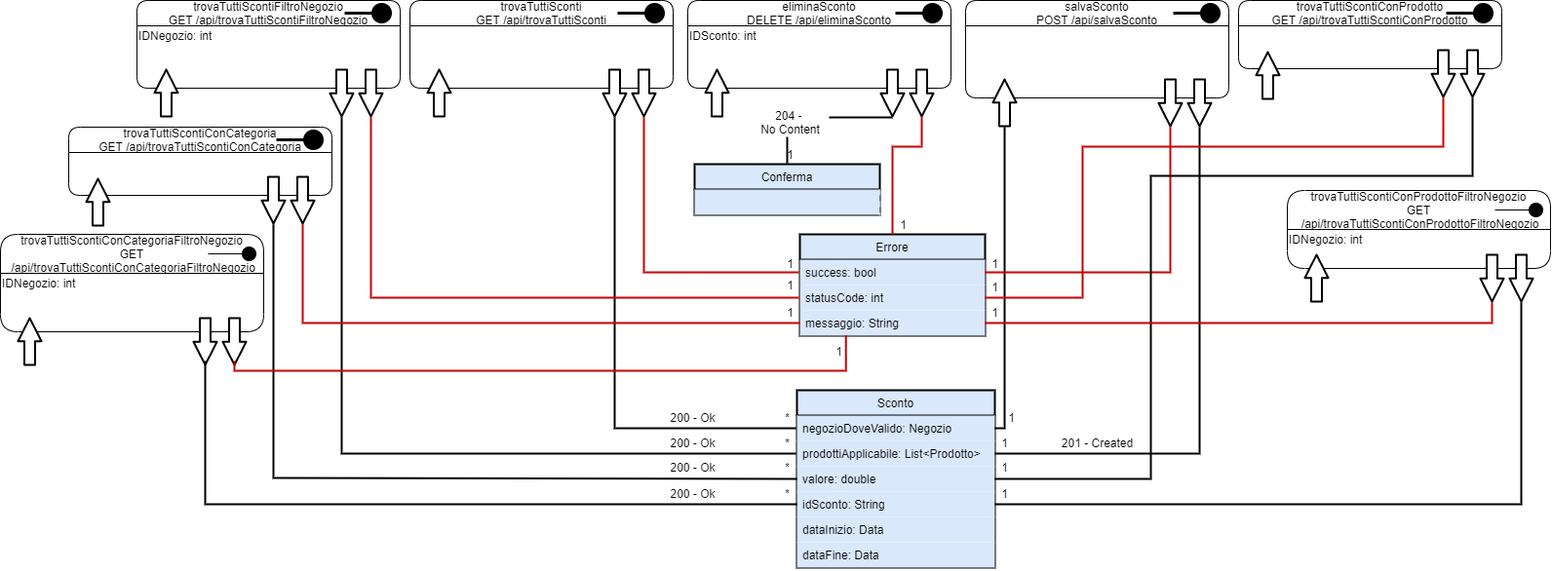
This is UML/Diagramma Risorse/Diagramma Risorse Sconto.png from G15-UniTN/iSpesa, a draw.io export, as it was before one commit. Source tidied: cells renumbered, new cells last; positions are measured from the earlier drawing's top-left corner, leaving out a move shared by most shapes.
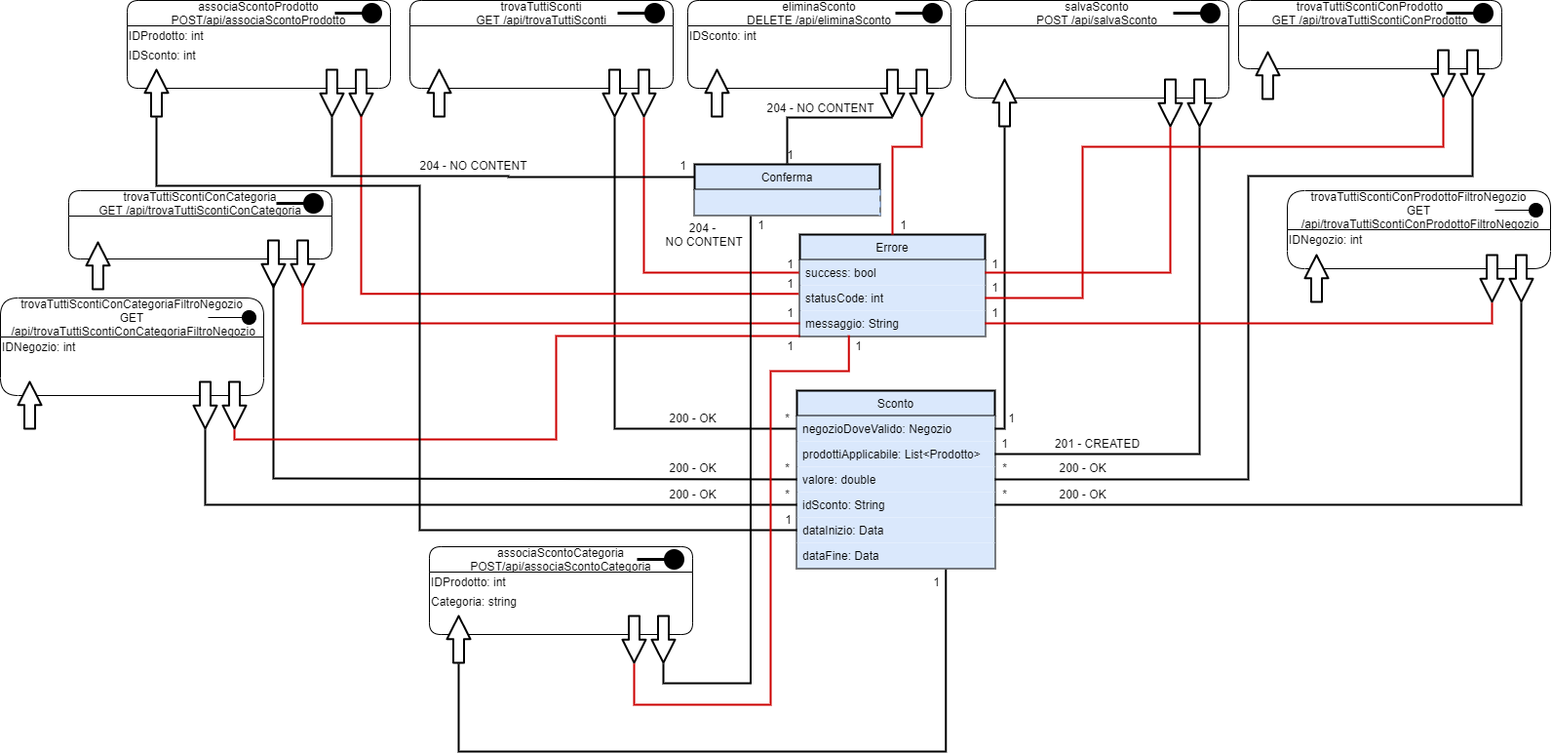
After the change.

What changed in the source:
```diff
@@ -30,3 +30,3 @@
     </mxCell>
-    <mxCell id="10" value="200 - Ok" style="text;html=1;align=center;verticalAlign=middle;strokeColor=none;" parent="1" vertex="1">
+    <mxCell id="10" value="200 - OK" style="text;html=1;align=center;verticalAlign=middle;strokeColor=none;" parent="1" vertex="1">
       <mxGeometry x="680" y="418" width="60" height="20" as="geometry" />
@@ -86,52 +86,2 @@
     </mxCell>
-    <mxCell id="24" style="group;" parent="1" vertex="1">
-      <mxGeometry x="140" width="270" height="120" as="geometry" />
-    </mxCell>
-    <mxCell id="25" value="trovaTuttiScontiFiltroNegozio&#10;GET /api/trovaTuttiScontiFiltroNegozio" style="swimlane;fontStyle=0;horizontal=1;startSize=26;fillColor=none;rounded=1;" parent="24" vertex="1">
-      <mxGeometry width="270" height="90" as="geometry" />
-    </mxCell>
-    <mxCell id="26" style="html=1;verticalAlign=bottom;startArrow=circle;startFill=1;endArrow=none;startSize=6;endSize=8;endFill=0;strokeWidth=3;targetPerimeterSpacing=1;jumpSize=7;" parent="24" edge="1">
-      <mxGeometry relative="1" as="geometry">
-        <mxPoint x="263" y="13" as="sourcePoint" />
-        <mxPoint x="213" y="13" as="targetPoint" />
-      </mxGeometry>
-    </mxCell>
-    <mxCell id="27" style="shape=flexArrow;endArrow=classic;html=1;targetPerimeterSpacing=1;strokeWidth=2;endWidth=11.03448275862069;endSize=7.227586206896552;fillColor=#ffffff;" parent="24" edge="1">
-      <mxGeometry relative="1" as="geometry">
-        <mxPoint x="30" y="120" as="sourcePoint" />
-        <mxPoint x="30" y="70" as="targetPoint" />
-      </mxGeometry>
-    </mxCell>
-    <mxCell id="28" style="shape=flexArrow;endArrow=classic;html=1;targetPerimeterSpacing=1;strokeWidth=2;endWidth=11.03448275862069;endSize=7.227586206896552;fillColor=#ffffff;" parent="24" edge="1">
-      <mxGeometry relative="1" as="geometry">
-        <mxPoint x="240" y="70" as="sourcePoint" />
-        <mxPoint x="240" y="120" as="targetPoint" />
-      </mxGeometry>
-    </mxCell>
-    <mxCell id="29" style="shape=flexArrow;endArrow=classic;html=1;targetPerimeterSpacing=1;strokeWidth=2;endWidth=11.03448275862069;endSize=7.227586206896552;fillColor=#ffffff;rounded=1;" parent="24" edge="1">
-      <mxGeometry relative="1" as="geometry">
-        <mxPoint x="210" y="70" as="sourcePoint" />
-        <mxPoint x="210" y="120" as="targetPoint" />
-      </mxGeometry>
-    </mxCell>
-    <mxCell id="30" style="endArrow=none;html=1;targetPerimeterSpacing=1;strokeWidth=2;fillColor=#ffffff;edgeStyle=orthogonalEdgeStyle;rounded=0;endFill=0;strokeColor=#CC0000;" parent="1" edge="1" target="20">
-      <mxGeometry relative="1" as="geometry">
-        <mxPoint x="380" y="120" as="sourcePoint" />
-      </mxGeometry>
-    </mxCell>
-    <mxCell id="31" value="1" style="text;html=1;align=center;verticalAlign=middle;strokeColor=none;" parent="1" vertex="1">
-      <mxGeometry x="800" y="282" width="20" height="20" as="geometry" />
-    </mxCell>
-    <mxCell id="32" style="endArrow=none;html=1;targetPerimeterSpacing=1;strokeWidth=2;fillColor=#ffffff;edgeStyle=orthogonalEdgeStyle;rounded=0;endFill=0;" parent="1" edge="1" target="4">
-      <mxGeometry relative="1" as="geometry">
-        <mxPoint x="350" y="120" as="sourcePoint" />
-        <Array as="points">
-          <mxPoint x="350" y="130" />
-          <mxPoint x="350" y="375" />
-        </Array>
-      </mxGeometry>
-    </mxCell>
-    <mxCell id="33" value="200 - Ok" style="text;html=1;align=center;verticalAlign=middle;strokeColor=none;" parent="1" vertex="1">
-      <mxGeometry x="680" y="444" width="60" height="20" as="geometry" />
-    </mxCell>
     <mxCell id="34" value="*" style="text;html=1;align=center;verticalAlign=middle;strokeColor=none;" parent="1" vertex="1">
@@ -169,2 +119,5 @@
     </mxCell>
+    <mxCell id="107" value="204 - NO CONTENT" style="text;html=1;align=center;verticalAlign=middle;strokeColor=none;" parent="35" vertex="1">
+      <mxGeometry x="71" y="100" width="130" height="20" as="geometry" />
+    </mxCell>
     <mxCell id="41" value="IDSconto: int" style="text;html=1;align=left;verticalAlign=middle;strokeColor=none;" parent="1" vertex="1">
@@ -198,5 +151,2 @@
     </mxCell>
-    <mxCell id="48" value="204 - &lt;br&gt;No Content" style="text;html=1;align=center;verticalAlign=middle;strokeColor=none;fillColor=#ffffff;" parent="1" vertex="1">
-      <mxGeometry x="770" y="110" width="80" height="30" as="geometry" />
-    </mxCell>
     <mxCell id="49" style="group;" parent="1" vertex="1">
@@ -242,4 +192,4 @@
     </mxCell>
-    <mxCell id="57" value="201 - Created" style="text;html=1;align=center;verticalAlign=middle;strokeColor=none;fillColor=#ffffff;" parent="1" vertex="1">
-      <mxGeometry x="1080" y="444" width="90" height="20" as="geometry" />
+    <mxCell id="57" value="201 - CREATED" style="text;html=1;align=center;verticalAlign=middle;strokeColor=none;fillColor=#ffffff;" parent="1" vertex="1">
+      <mxGeometry x="1075" y="444" width="100" height="20" as="geometry" />
     </mxCell>
@@ -260,3 +210,3 @@
     <mxCell id="61" style="group;" parent="1" vertex="1">
-      <mxGeometry x="70" y="130" width="270" height="120" as="geometry" />
+      <mxGeometry x="70" y="195" width="270" height="120" as="geometry" />
     </mxCell>
@@ -289,8 +239,5 @@
     </mxCell>
-    <mxCell id="67" value="&lt;span style=&quot;text-align: center&quot;&gt;IDNegozio: int&lt;/span&gt;" style="text;html=1;align=left;verticalAlign=middle;strokeColor=none;" parent="1" vertex="1">
-      <mxGeometry x="140" y="26" width="90" height="20" as="geometry" />
-    </mxCell>
     <mxCell id="68" style="endArrow=none;html=1;targetPerimeterSpacing=1;strokeWidth=2;fillColor=#ffffff;edgeStyle=orthogonalEdgeStyle;rounded=0;endFill=0;entryX=0;entryY=0.5;entryDx=0;entryDy=0;strokeColor=#CC0000;" parent="1" edge="1" target="21">
       <mxGeometry relative="1" as="geometry">
-        <mxPoint x="310" y="230" as="sourcePoint" />
+        <mxPoint x="310" y="290" as="sourcePoint" />
         <Array as="points">
@@ -305,3 +252,3 @@
       <mxGeometry relative="1" as="geometry">
-        <mxPoint x="280" y="230" as="sourcePoint" />
+        <mxPoint x="280" y="290" as="sourcePoint" />
         <Array as="points">
@@ -311,10 +258,7 @@
     </mxCell>
-    <mxCell id="71" value="200 - Ok" style="text;html=1;align=center;verticalAlign=middle;strokeColor=none;" parent="1" vertex="1">
+    <mxCell id="71" value="200 - OK" style="text;html=1;align=center;verticalAlign=middle;strokeColor=none;" parent="1" vertex="1">
       <mxGeometry x="680" y="469" width="60" height="20" as="geometry" />
     </mxCell>
-    <mxCell id="72" value="*" style="text;html=1;align=center;verticalAlign=middle;strokeColor=none;" parent="1" vertex="1">
-      <mxGeometry x="797" y="444" width="20" height="20" as="geometry" />
-    </mxCell>
     <mxCell id="73" style="group;" parent="1" vertex="1">
-      <mxGeometry y="255" width="270" height="120" as="geometry" />
+      <mxGeometry y="320" width="270" height="120" as="geometry" />
     </mxCell>
@@ -348,10 +292,12 @@
     <mxCell id="79" value="IDNegozio: int" style="text;html=1;align=left;verticalAlign=middle;strokeColor=none;" parent="1" vertex="1">
-      <mxGeometry y="280" width="90" height="20" as="geometry" />
+      <mxGeometry y="345" width="90" height="20" as="geometry" />
     </mxCell>
-    <mxCell id="80" style="endArrow=none;html=1;targetPerimeterSpacing=1;strokeWidth=2;fillColor=#ffffff;edgeStyle=orthogonalEdgeStyle;rounded=0;endFill=0;entryX=0.249;entryY=0.992;entryDx=0;entryDy=0;entryPerimeter=0;strokeColor=#CC0000;" parent="1" edge="1" target="21">
+    <mxCell id="80" style="endArrow=none;html=1;targetPerimeterSpacing=1;strokeWidth=2;fillColor=#ffffff;edgeStyle=orthogonalEdgeStyle;rounded=0;endFill=0;strokeColor=#CC0000;" parent="1" edge="1">
       <mxGeometry relative="1" as="geometry">
-        <mxPoint x="240" y="370" as="sourcePoint" />
+        <mxPoint x="240" y="440" as="sourcePoint" />
+        <mxPoint x="820" y="344" as="targetPoint" />
         <Array as="points">
-          <mxPoint x="240" y="380" />
-          <mxPoint x="867" y="380" />
+          <mxPoint x="240" y="450" />
+          <mxPoint x="570" y="450" />
+          <mxPoint x="570" y="344" />
         </Array>
@@ -360,3 +306,3 @@
     <mxCell id="81" value="1" style="text;html=1;align=center;verticalAlign=middle;strokeColor=none;" parent="1" vertex="1">
-      <mxGeometry x="850" y="350" width="20" height="20" as="geometry" />
+      <mxGeometry x="800" y="344" width="20" height="20" as="geometry" />
     </mxCell>
@@ -372,3 +318,3 @@
       <mxGeometry relative="1" as="geometry">
-        <mxPoint x="210" y="370" as="sourcePoint" />
+        <mxPoint x="210" y="440" as="sourcePoint" />
         <Array as="points">
@@ -378,3 +324,3 @@
     </mxCell>
-    <mxCell id="84" value="200 - Ok" style="text;html=1;align=center;verticalAlign=middle;strokeColor=none;" parent="1" vertex="1">
+    <mxCell id="84" value="200 - OK" style="text;html=1;align=center;verticalAlign=middle;strokeColor=none;" parent="1" vertex="1">
       <mxGeometry x="680" y="496" width="60" height="20" as="geometry" />
@@ -464,4 +410,4 @@
         <Array as="points">
-          <mxPoint x="1180" y="491" />
-          <mxPoint x="1180" y="180" />
+          <mxPoint x="1280" y="491" />
+          <mxPoint x="1280" y="180" />
           <mxPoint x="1510" y="180" />
@@ -470,3 +416,3 @@
     </mxCell>
-    <mxCell id="102" value="1" style="text;html=1;align=center;verticalAlign=middle;strokeColor=none;" parent="1" vertex="1">
+    <mxCell id="102" value="*" style="text;html=1;align=center;verticalAlign=middle;strokeColor=none;" parent="1" vertex="1">
       <mxGeometry x="1020" y="469" width="20" height="20" as="geometry" />
@@ -481,3 +427,3 @@
     </mxCell>
-    <mxCell id="104" value="1" style="text;html=1;align=center;verticalAlign=middle;strokeColor=none;" parent="1" vertex="1">
+    <mxCell id="104" value="*" style="text;html=1;align=center;verticalAlign=middle;strokeColor=none;" parent="1" vertex="1">
       <mxGeometry x="1020" y="496" width="20" height="20" as="geometry" />
@@ -495,2 +441,161 @@
     </mxCell>
+    <mxCell id="108" value="200 - OK" style="text;html=1;align=center;verticalAlign=middle;strokeColor=none;" parent="1" vertex="1">
+      <mxGeometry x="1080" y="469" width="60" height="20" as="geometry" />
+    </mxCell>
+    <mxCell id="109" value="200 - OK" style="text;html=1;align=center;verticalAlign=middle;strokeColor=none;" parent="1" vertex="1">
+      <mxGeometry x="1080" y="496" width="60" height="20" as="geometry" />
+    </mxCell>
+    <mxCell id="110" style="group;" parent="1" vertex="1">
+      <mxGeometry x="130" width="270" height="120" as="geometry" />
+    </mxCell>
+    <mxCell id="111" value="associaScontoProdotto&#10;POST/api/associaScontoProdotto" style="swimlane;fontStyle=0;horizontal=1;startSize=26;fillColor=none;rounded=1;" parent="110" vertex="1">
+      <mxGeometry width="270" height="90" as="geometry" />
+    </mxCell>
+    <mxCell id="112" style="html=1;verticalAlign=bottom;startArrow=circle;startFill=1;endArrow=none;startSize=6;endSize=8;endFill=0;strokeWidth=3;targetPerimeterSpacing=1;jumpSize=7;" parent="110" edge="1">
+      <mxGeometry relative="1" as="geometry">
+        <mxPoint x="263" y="13" as="sourcePoint" />
+        <mxPoint x="213" y="13" as="targetPoint" />
+      </mxGeometry>
+    </mxCell>
+    <mxCell id="113" style="shape=flexArrow;endArrow=classic;html=1;targetPerimeterSpacing=1;strokeWidth=2;endWidth=11.03448275862069;endSize=7.227586206896552;fillColor=#ffffff;" parent="110" edge="1">
+      <mxGeometry relative="1" as="geometry">
+        <mxPoint x="30" y="120" as="sourcePoint" />
+        <mxPoint x="30" y="70" as="targetPoint" />
+      </mxGeometry>
+    </mxCell>
+    <mxCell id="114" style="shape=flexArrow;endArrow=classic;html=1;targetPerimeterSpacing=1;strokeWidth=2;endWidth=11.03448275862069;endSize=7.227586206896552;fillColor=#ffffff;" parent="110" edge="1">
+      <mxGeometry relative="1" as="geometry">
+        <mxPoint x="240" y="70" as="sourcePoint" />
+        <mxPoint x="240" y="120" as="targetPoint" />
+      </mxGeometry>
+    </mxCell>
+    <mxCell id="115" style="shape=flexArrow;endArrow=classic;html=1;targetPerimeterSpacing=1;strokeWidth=2;endWidth=11.03448275862069;endSize=7.227586206896552;fillColor=#ffffff;rounded=1;" parent="110" edge="1">
+      <mxGeometry relative="1" as="geometry">
+        <mxPoint x="210" y="70" as="sourcePoint" />
+        <mxPoint x="210" y="120" as="targetPoint" />
+      </mxGeometry>
+    </mxCell>
+    <mxCell id="116" value="IDProdotto: int" style="text;html=1;align=left;verticalAlign=middle;strokeColor=none;" parent="1" vertex="1">
+      <mxGeometry x="130" y="26" width="90" height="20" as="geometry" />
+    </mxCell>
+    <mxCell id="117" style="endArrow=none;html=1;targetPerimeterSpacing=1;strokeWidth=2;fillColor=#ffffff;edgeStyle=orthogonalEdgeStyle;rounded=0;endFill=0;entryX=-0.007;entryY=0.336;entryDx=0;entryDy=0;strokeColor=#CC0000;entryPerimeter=0;" parent="1" edge="1" target="20">
+      <mxGeometry relative="1" as="geometry">
+        <mxPoint x="370" y="119" as="sourcePoint" />
+        <Array as="points">
+          <mxPoint x="370" y="301" />
+        </Array>
+      </mxGeometry>
+    </mxCell>
+    <mxCell id="118" value="1" style="text;html=1;align=center;verticalAlign=middle;strokeColor=none;" parent="1" vertex="1">
+      <mxGeometry x="800" y="280" width="20" height="20" as="geometry" />
+    </mxCell>
+    <mxCell id="119" style="endArrow=none;html=1;targetPerimeterSpacing=1;strokeWidth=2;fillColor=#ffffff;edgeStyle=orthogonalEdgeStyle;rounded=0;endFill=0;entryX=0;entryY=0.25;entryDx=0;entryDy=0;" parent="1" edge="1" target="44">
+      <mxGeometry relative="1" as="geometry">
+        <mxPoint x="340" y="120" as="sourcePoint" />
+        <Array as="points">
+          <mxPoint x="340" y="180" />
+          <mxPoint x="521" y="180" />
+          <mxPoint x="521" y="181" />
+        </Array>
+      </mxGeometry>
+    </mxCell>
+    <mxCell id="120" value="204 - NO CONTENT" style="text;html=1;align=center;verticalAlign=middle;strokeColor=none;" parent="1" vertex="1">
+      <mxGeometry x="420" y="159" width="130" height="20" as="geometry" />
+    </mxCell>
+    <mxCell id="121" value="1" style="text;html=1;align=center;verticalAlign=middle;strokeColor=none;" parent="1" vertex="1">
+      <mxGeometry x="690" y="159" width="20" height="20" as="geometry" />
+    </mxCell>
+    <mxCell id="122" value="IDSconto: int" style="text;html=1;align=left;verticalAlign=middle;strokeColor=none;" parent="1" vertex="1">
+      <mxGeometry x="130" y="46" width="80" height="20" as="geometry" />
+    </mxCell>
+    <mxCell id="123" style="endArrow=none;html=1;targetPerimeterSpacing=1;strokeWidth=2;fillColor=#ffffff;edgeStyle=orthogonalEdgeStyle;rounded=0;endFill=0;entryX=0;entryY=0.5;entryDx=0;entryDy=0;" parent="1" edge="1" target="7">
+      <mxGeometry relative="1" as="geometry">
+        <mxPoint x="160" y="120" as="sourcePoint" />
+        <Array as="points">
+          <mxPoint x="160" y="190" />
+          <mxPoint x="430" y="190" />
+          <mxPoint x="430" y="543" />
+        </Array>
+      </mxGeometry>
+    </mxCell>
+    <mxCell id="124" style="group;" parent="1" vertex="1">
+      <mxGeometry x="440" y="560" width="270" height="120" as="geometry" />
+    </mxCell>
+    <mxCell id="125" value="associaScontoCategoria&#10;POST/api/associaScontoCategoria" style="swimlane;fontStyle=0;horizontal=1;startSize=26;fillColor=none;rounded=1;" parent="124" vertex="1">
+      <mxGeometry width="270" height="90" as="geometry" />
+    </mxCell>
+    <mxCell id="126" style="html=1;verticalAlign=bottom;startArrow=circle;startFill=1;endArrow=none;startSize=6;endSize=8;endFill=0;strokeWidth=3;targetPerimeterSpacing=1;jumpSize=7;" parent="124" edge="1">
+      <mxGeometry relative="1" as="geometry">
+        <mxPoint x="263" y="13" as="sourcePoint" />
+        <mxPoint x="213" y="13" as="targetPoint" />
+      </mxGeometry>
+    </mxCell>
+    <mxCell id="127" style="shape=flexArrow;endArrow=classic;html=1;targetPerimeterSpacing=1;strokeWidth=2;endWidth=11.03448275862069;endSize=7.227586206896552;fillColor=#ffffff;" parent="124" edge="1">
+      <mxGeometry relative="1" as="geometry">
+        <mxPoint x="30" y="120" as="sourcePoint" />
+        <mxPoint x="30" y="70" as="targetPoint" />
+      </mxGeometry>
+    </mxCell>
+    <mxCell id="128" style="shape=flexArrow;endArrow=classic;html=1;targetPerimeterSpacing=1;strokeWidth=2;endWidth=11.03448275862069;endSize=7.227586206896552;fillColor=#ffffff;" parent="124" edge="1">
+      <mxGeometry relative="1" as="geometry">
+        <mxPoint x="240" y="70" as="sourcePoint" />
+        <mxPoint x="240" y="120" as="targetPoint" />
+      </mxGeometry>
+    </mxCell>
+    <mxCell id="129" style="shape=flexArrow;endArrow=classic;html=1;targetPerimeterSpacing=1;strokeWidth=2;endWidth=11.03448275862069;endSize=7.227586206896552;fillColor=#ffffff;rounded=1;" parent="124" edge="1">
+      <mxGeometry relative="1" as="geometry">
+        <mxPoint x="210" y="70" as="sourcePoint" />
+        <mxPoint x="210" y="120" as="targetPoint" />
+      </mxGeometry>
+    </mxCell>
+    <mxCell id="130" value="IDProdotto: int" style="text;html=1;align=left;verticalAlign=middle;strokeColor=none;" parent="1" vertex="1">
+      <mxGeometry x="440" y="586" width="90" height="20" as="geometry" />
+    </mxCell>
+    <mxCell id="131" value="Categoria: string" style="text;html=1;align=left;verticalAlign=middle;strokeColor=none;" parent="1" vertex="1">
+      <mxGeometry x="440" y="606" width="100" height="20" as="geometry" />
+    </mxCell>
+    <mxCell id="132" value="1" style="text;html=1;align=center;verticalAlign=middle;strokeColor=none;" parent="1" vertex="1">
+      <mxGeometry x="798" y="522" width="20" height="20" as="geometry" />
+    </mxCell>
+    <mxCell id="133" style="endArrow=none;html=1;targetPerimeterSpacing=1;strokeWidth=2;fillColor=#ffffff;edgeStyle=orthogonalEdgeStyle;rounded=0;endFill=0;entryX=0.752;entryY=1.049;entryDx=0;entryDy=0;entryPerimeter=0;" parent="1" edge="1" target="8">
+      <mxGeometry relative="1" as="geometry">
+        <mxPoint x="470" y="680" as="sourcePoint" />
+        <Array as="points">
+          <mxPoint x="470" y="770" />
+          <mxPoint x="970" y="770" />
+        </Array>
+      </mxGeometry>
+    </mxCell>
+    <mxCell id="134" value="1" style="text;html=1;align=center;verticalAlign=middle;strokeColor=none;" parent="1" vertex="1">
+      <mxGeometry x="950" y="586" width="20" height="20" as="geometry" />
+    </mxCell>
+    <mxCell id="135" style="endArrow=none;html=1;targetPerimeterSpacing=1;strokeWidth=2;fillColor=#ffffff;edgeStyle=orthogonalEdgeStyle;rounded=0;endFill=0;entryX=0.303;entryY=1.045;entryDx=0;entryDy=0;entryPerimeter=0;" parent="1" edge="1" target="45">
+      <mxGeometry relative="1" as="geometry">
+        <mxPoint x="680" y="680" as="sourcePoint" />
+        <Array as="points">
+          <mxPoint x="680" y="700" />
+          <mxPoint x="770" y="700" />
+        </Array>
+      </mxGeometry>
+    </mxCell>
+    <mxCell id="136" value="1" style="text;html=1;align=center;verticalAlign=middle;strokeColor=none;" parent="1" vertex="1">
+      <mxGeometry x="770" y="220" width="20" height="20" as="geometry" />
+    </mxCell>
+    <mxCell id="137" value="204 -&lt;br&gt;&amp;nbsp;NO CONTENT" style="text;html=1;align=center;verticalAlign=middle;strokeColor=none;" parent="1" vertex="1">
+      <mxGeometry x="670" y="225" width="100" height="30" as="geometry" />
+    </mxCell>
+    <mxCell id="138" style="endArrow=none;html=1;targetPerimeterSpacing=1;strokeWidth=2;fillColor=#ffffff;edgeStyle=orthogonalEdgeStyle;rounded=0;endFill=0;strokeColor=#CC0000;entryX=0.264;entryY=0.973;entryDx=0;entryDy=0;entryPerimeter=0;" parent="1" edge="1" target="21">
+      <mxGeometry relative="1" as="geometry">
+        <mxPoint x="650" y="680" as="sourcePoint" />
+        <Array as="points">
+          <mxPoint x="650" y="722" />
+          <mxPoint x="790" y="722" />
+          <mxPoint x="790" y="380" />
+          <mxPoint x="870" y="380" />
+        </Array>
+      </mxGeometry>
+    </mxCell>
+    <mxCell id="139" value="1" style="text;html=1;align=center;verticalAlign=middle;strokeColor=none;" parent="1" vertex="1">
+      <mxGeometry x="870" y="344" width="20" height="20" as="geometry" />
+    </mxCell>
   </root>
```
